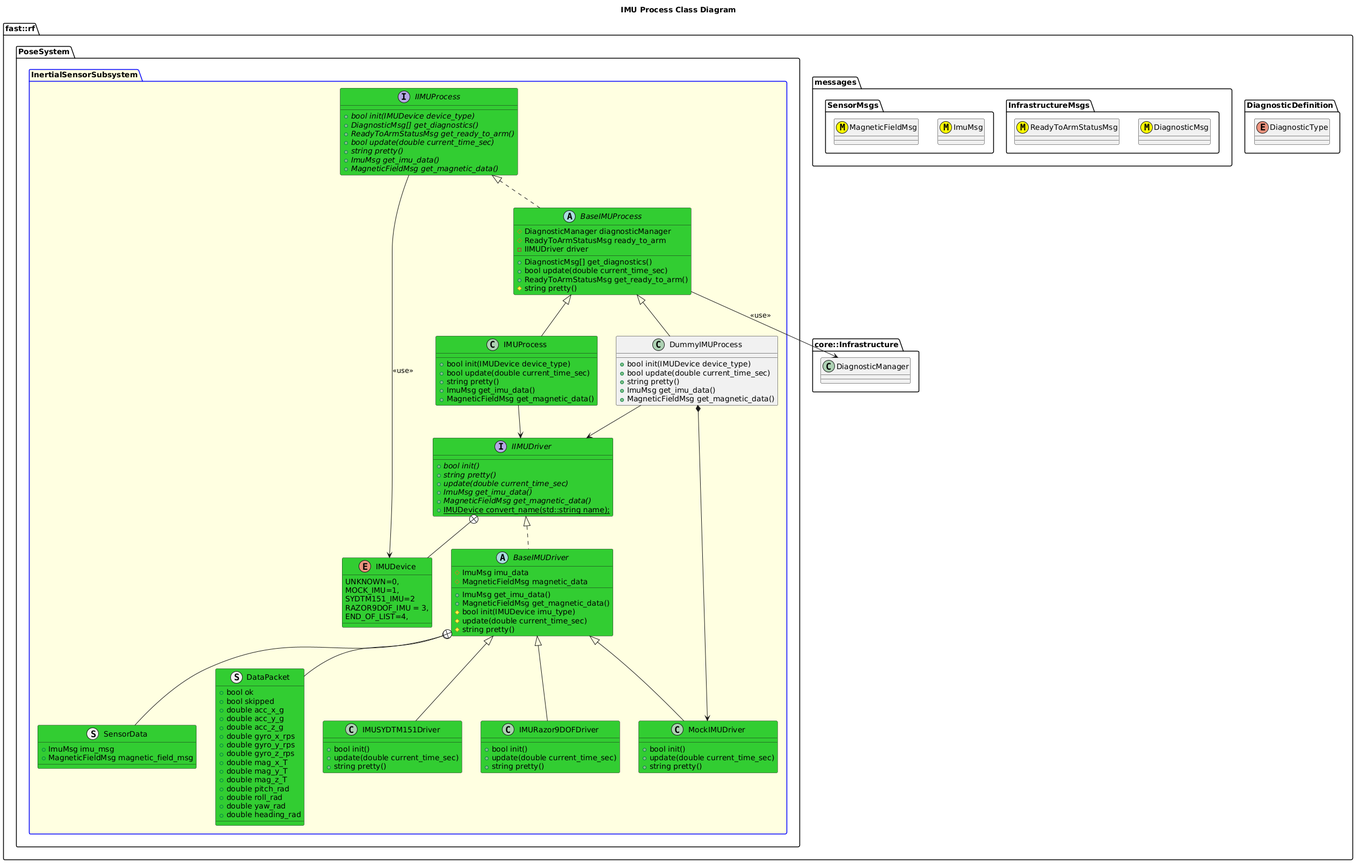
Above: Systems/Pose/Subsystems/InertialSensor/Processes/IMU/doc/puml/IMUProcessClassDiagram.png in fastrobotics/robot_framework (PlantUML), before the change.
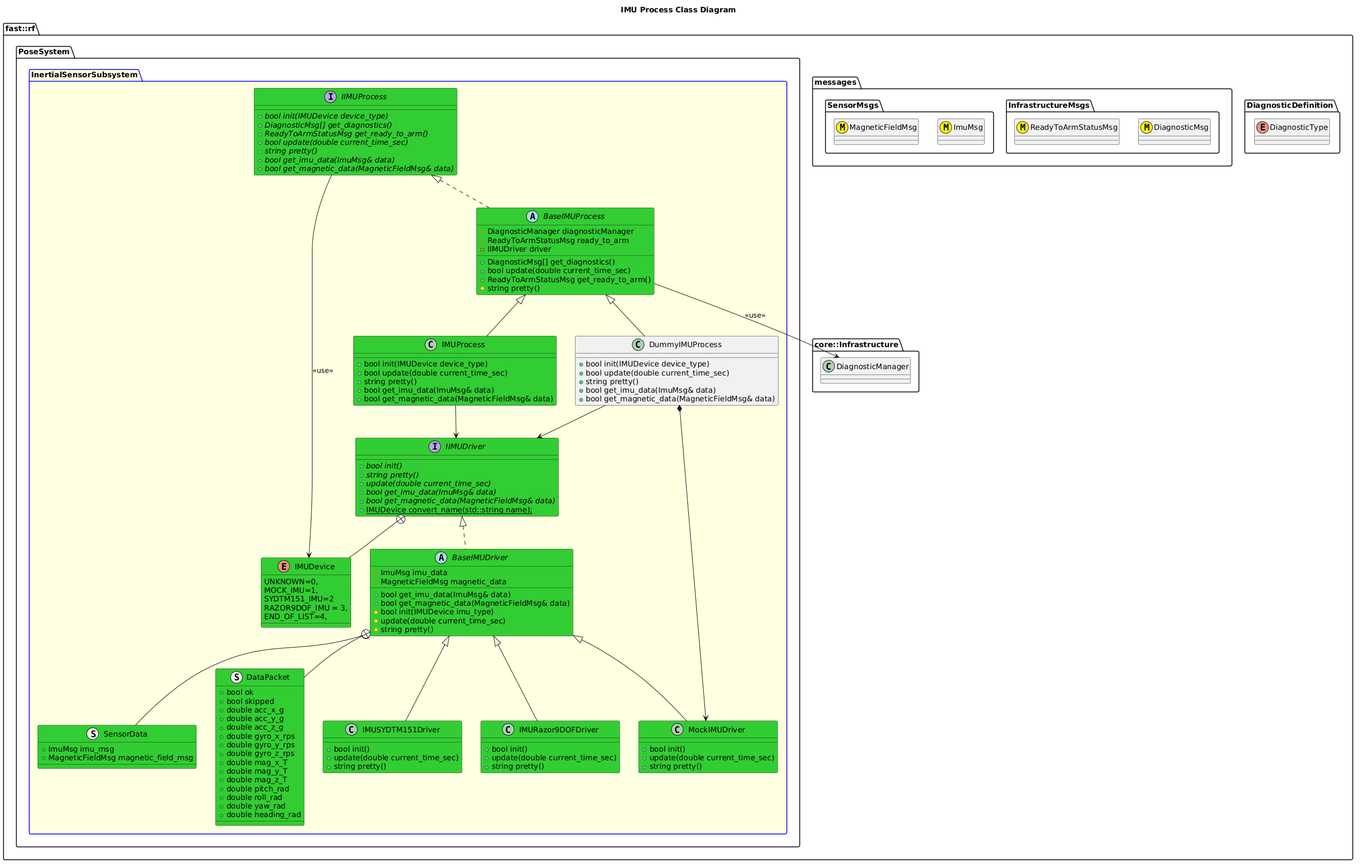
Later version of the same file.

Change to the diagram source:
```diff
@@ -26,8 +26,8 @@
           +{abstract} ReadyToArmStatusMsg get_ready_to_arm()
           +{abstract} bool update(double current_time_sec)
           +{abstract} string pretty()
-          +{abstract} ImuMsg get_imu_data()
-          +{abstract} MagneticFieldMsg get_magnetic_data()
+          +{abstract} bool get_imu_data(ImuMsg& data)
+          +{abstract} bool get_magnetic_data(MagneticFieldMsg& data)
         }
         IIMUProcess --> IMUDevice: <<use>>
 
@@ -55,8 +55,8 @@
           +{abstract} bool init()
           +{abstract} string pretty()
           +{abstract} update(double current_time_sec)
-          +{abstract} ImuMsg get_imu_data()
-          +{abstract} MagneticFieldMsg get_magnetic_data()
+          +{abstract}  bool get_imu_data(ImuMsg& data)
+          +{abstract} bool get_magnetic_data(MagneticFieldMsg& data)
           +{static} IMUDevice convert_name(std::string name);
         }
         IIMUDriver +-- IMUDevice
@@ -82,8 +82,8 @@
             +double heading_rad
         }
         abstract BaseIMUDriver #LimeGreen {
-          +ImuMsg get_imu_data()
-          +MagneticFieldMsg get_magnetic_data()
+          +bool get_imu_data(ImuMsg& data)
+          +bool get_magnetic_data(MagneticFieldMsg& data)
           #bool init(IMUDevice imu_type)
           #update(double current_time_sec)
           #string pretty()
@@ -118,8 +118,8 @@
           +bool init(IMUDevice device_type)
           +bool update(double current_time_sec)
           +string pretty()
-          +ImuMsg get_imu_data()
-          +MagneticFieldMsg get_magnetic_data()
+          +bool get_imu_data(ImuMsg& data)
+          +bool get_magnetic_data(MagneticFieldMsg& data)
 
         }
         IMUProcess -up-|> BaseIMUProcess
@@ -128,8 +128,8 @@
           +bool init(IMUDevice device_type)
           +bool update(double current_time_sec)
           +string pretty()
-          +ImuMsg get_imu_data()
-          +MagneticFieldMsg get_magnetic_data()
+          +bool get_imu_data(ImuMsg& data)
+          +bool get_magnetic_data(MagneticFieldMsg& data)
         }
         DummyIMUProcess -up-|> BaseIMUProcess
         DummyIMUProcess --> IIMUDriver
```
